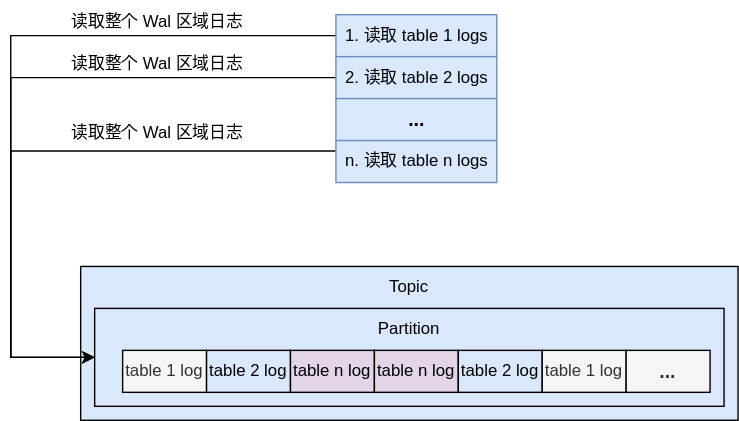
The draw.io diagram kafkawal.drawio.svg in Rachelint/drawio-store, before a commit. Source tidied: cells renumbered, new cells last; positions are measured from the earlier drawing's top-left corner, leaving out a move shared by most shapes.
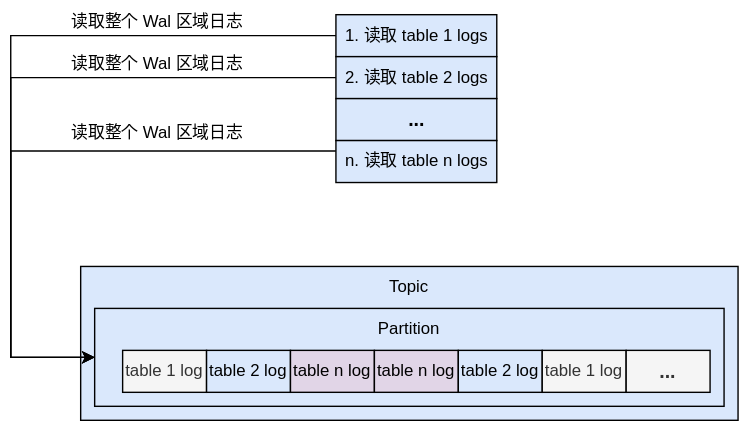
Above is the later version.

Diff of the diagram source:
```diff
@@ -43,7 +43,7 @@
         </Array>
       </mxGeometry>
     </mxCell>
-    <mxCell id="14" value="1. 读取 table 1 logs" style="rounded=0;whiteSpace=wrap;html=1;fillColor=#dae8fc;strokeColor=#6c8ebf;" parent="1" vertex="1">
+    <mxCell id="14" value="1. 读取 table 1 logs" style="rounded=0;whiteSpace=wrap;html=1;fillColor=#dae8fc;strokeColor=#000000;" parent="1" vertex="1">
       <mxGeometry x="232.5" y="10" width="115" height="30" as="geometry" />
     </mxCell>
     <mxCell id="15" style="edgeStyle=orthogonalEdgeStyle;rounded=0;jettySize=auto;html=1;exitX=0;exitY=0.5;exitDx=0;exitDy=0;entryX=0;entryY=0.5;entryDx=0;entryDy=0;" parent="1" edge="1" source="16" target="3">
@@ -54,10 +54,10 @@
         </Array>
       </mxGeometry>
     </mxCell>
-    <mxCell id="16" value="2. 读取 table 2 logs" style="rounded=0;whiteSpace=wrap;html=1;fillColor=#dae8fc;strokeColor=#6c8ebf;" parent="1" vertex="1">
+    <mxCell id="16" value="2. 读取 table 2 logs" style="rounded=0;whiteSpace=wrap;html=1;fillColor=#dae8fc;strokeColor=#000000;" parent="1" vertex="1">
       <mxGeometry x="232.5" y="40" width="115" height="30" as="geometry" />
     </mxCell>
-    <mxCell id="17" value="&lt;font style=&quot;font-size: 14px;&quot;&gt;&lt;b&gt;...&lt;/b&gt;&lt;/font&gt;" style="rounded=0;whiteSpace=wrap;html=1;fillColor=#dae8fc;strokeColor=#6c8ebf;" parent="1" vertex="1">
+    <mxCell id="17" value="&lt;font style=&quot;font-size: 14px;&quot;&gt;&lt;b&gt;...&lt;/b&gt;&lt;/font&gt;" style="rounded=0;whiteSpace=wrap;html=1;fillColor=#dae8fc;strokeColor=#000000;" parent="1" vertex="1">
       <mxGeometry x="232.5" y="70" width="115" height="30" as="geometry" />
     </mxCell>
     <mxCell id="18" style="edgeStyle=orthogonalEdgeStyle;rounded=0;jettySize=auto;html=1;exitX=0;exitY=0.25;exitDx=0;exitDy=0;entryX=0;entryY=0.5;entryDx=0;entryDy=0;" parent="1" edge="1" source="19" target="3">
@@ -68,7 +68,7 @@
         </Array>
       </mxGeometry>
     </mxCell>
-    <mxCell id="19" value="n. 读取 table n logs" style="rounded=0;whiteSpace=wrap;html=1;fillColor=#dae8fc;strokeColor=#6c8ebf;" parent="1" vertex="1">
+    <mxCell id="19" value="n. 读取 table n logs" style="rounded=0;whiteSpace=wrap;html=1;fillColor=#dae8fc;strokeColor=#000000;" parent="1" vertex="1">
       <mxGeometry x="232.5" y="100" width="115" height="30" as="geometry" />
     </mxCell>
     <mxCell id="20" value="读取整个 Wal 区域日志" style="text;html=1;strokeColor=none;fillColor=none;align=center;verticalAlign=middle;whiteSpace=wrap;rounded=0;" parent="1" vertex="1">
```
